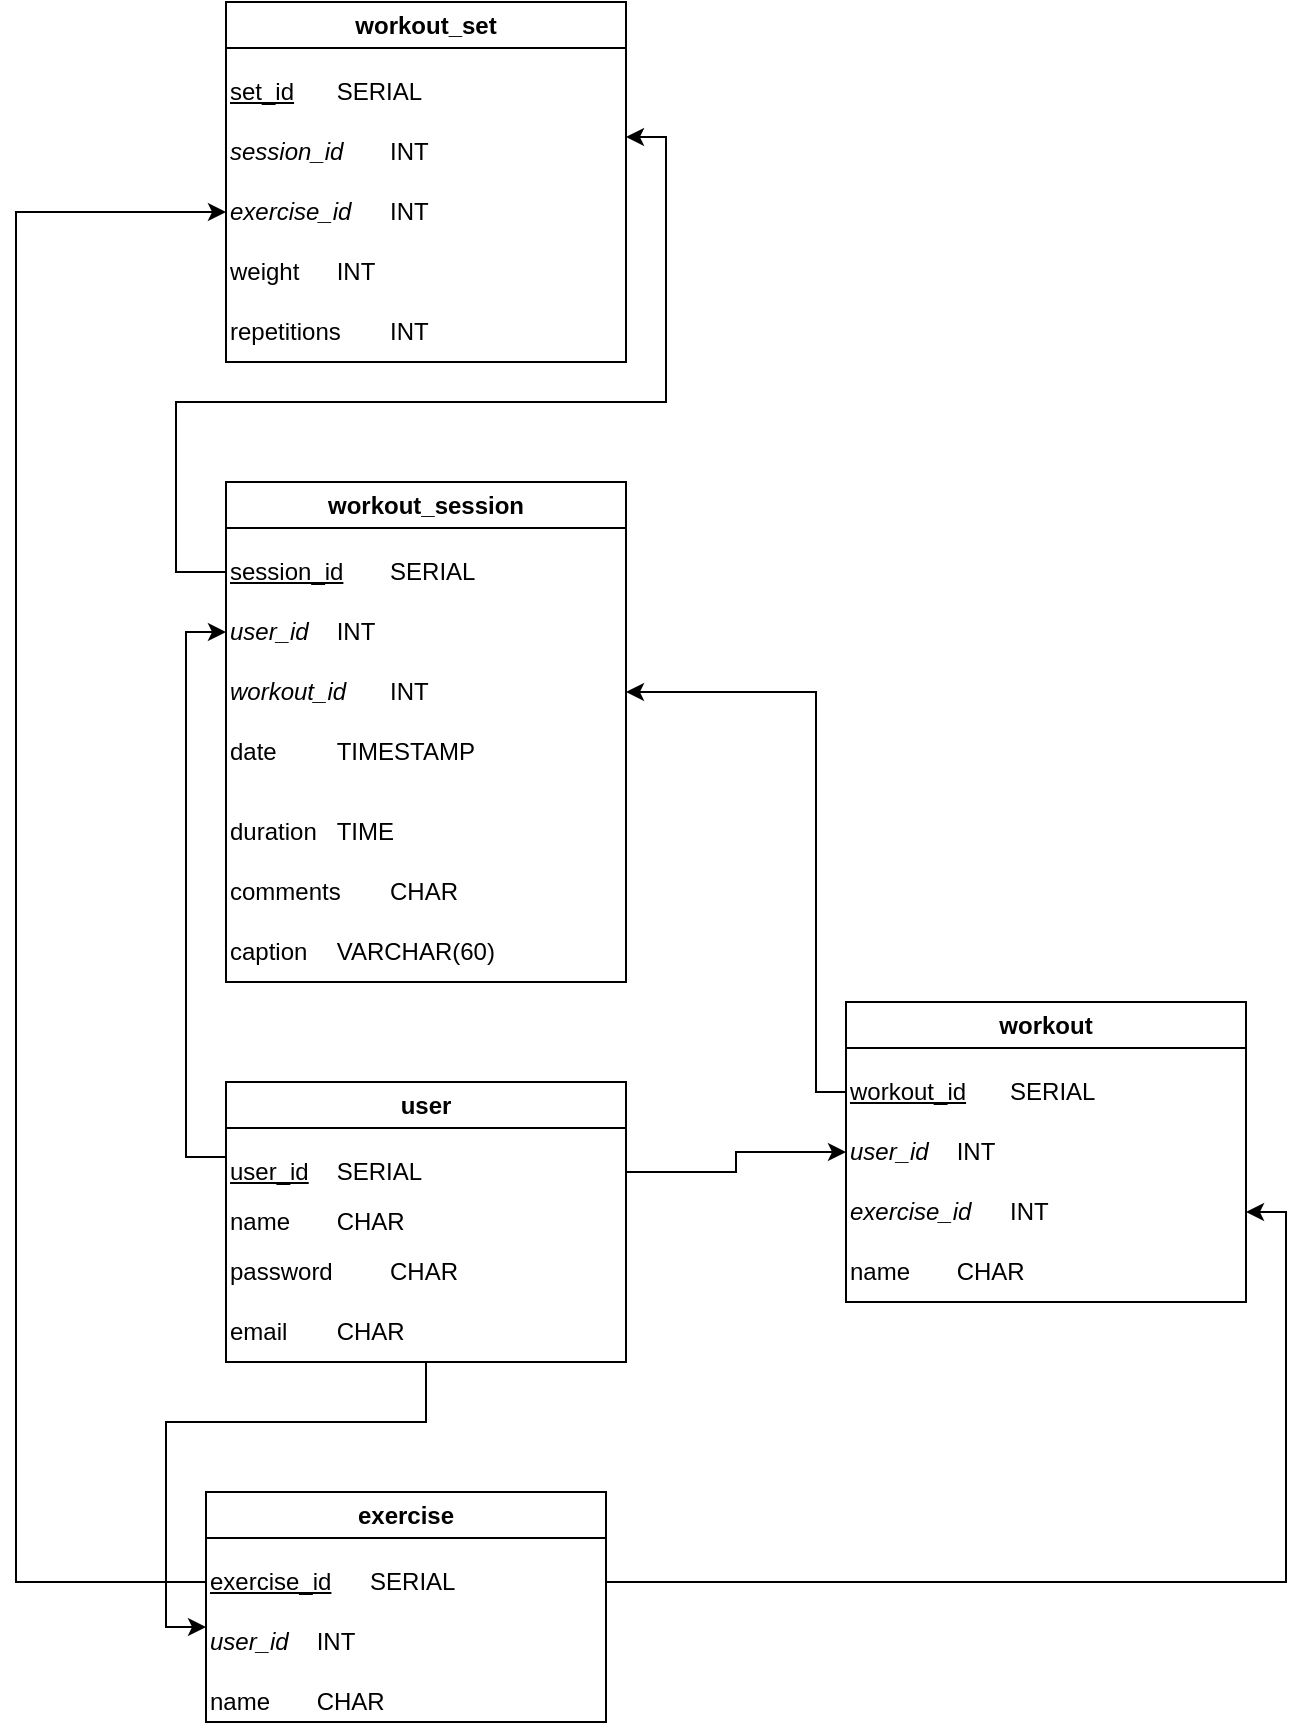
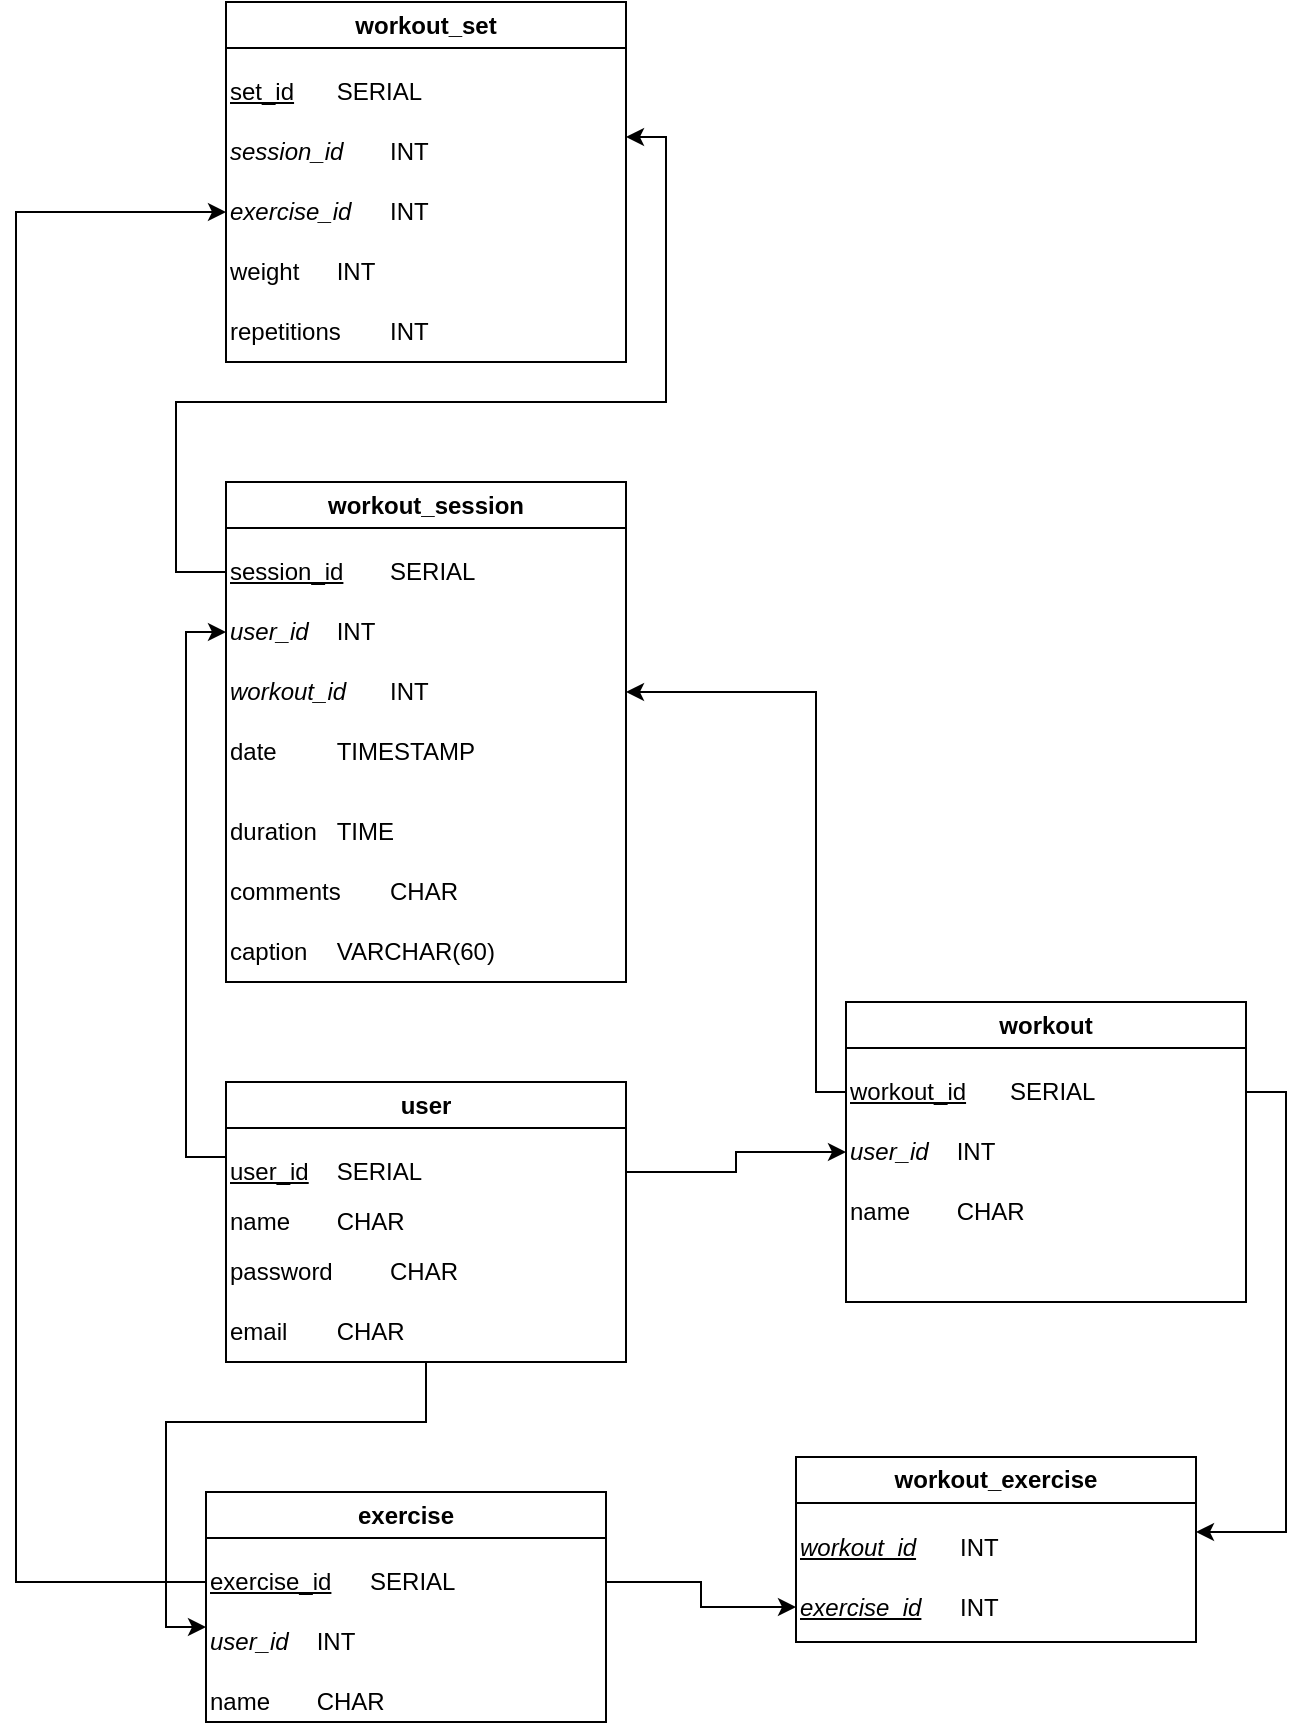
- <mxfile host="app.diagrams.net" agent="Mozilla/5.0 (Windows NT 10.0; Win64; x64) AppleWebKit/537.36 (KHTML, like Gecko) Chrome/144.0.0.0 Safari/537.36" version="29.3.8">
+ <mxfile host="app.diagrams.net" agent="Mozilla/5.0 (Windows NT 10.0; Win64; x64) AppleWebKit/537.36 (KHTML, like Gecko) Chrome/145.0.0.0 Safari/537.36" version="29.5.1">
  <diagram name="Page-1" id="LrtRzGCjUG43kJ94216D">
-     <mxGraphModel dx="1213" dy="1723" grid="1" gridSize="10" guides="1" tooltips="1" connect="1" arrows="1" fold="1" page="1" pageScale="1" pageWidth="850" pageHeight="1100" math="0" shadow="0">
+     <mxGraphModel dx="1277" dy="1756" grid="1" gridSize="10" guides="1" tooltips="1" connect="1" arrows="1" fold="1" page="1" pageScale="1" pageWidth="850" pageHeight="1100" math="0" shadow="0">
      <root>
        <mxCell id="0" />
        <mxCell id="1" parent="0" />
        <mxCell id="1XBpsCYcSQttsBUYuoMY-46" edge="1" parent="1" source="1XBpsCYcSQttsBUYuoMY-11" style="edgeStyle=orthogonalEdgeStyle;rounded=0;orthogonalLoop=1;jettySize=auto;html=1;entryX=0;entryY=0.5;entryDx=0;entryDy=0;exitX=1;exitY=0.5;exitDx=0;exitDy=0;" target="1XBpsCYcSQttsBUYuoMY-26">
          <mxGeometry relative="1" as="geometry" />
        </mxCell>
        <mxCell id="1XBpsCYcSQttsBUYuoMY-50" edge="1" parent="1" source="1XBpsCYcSQttsBUYuoMY-11" style="edgeStyle=orthogonalEdgeStyle;rounded=0;orthogonalLoop=1;jettySize=auto;html=1;entryX=0;entryY=0.5;entryDx=0;entryDy=0;exitX=0;exitY=0.25;exitDx=0;exitDy=0;" target="qXQxGqQh2dW2IxFSwLWZ-1">
          <mxGeometry relative="1" as="geometry" />
        </mxCell>
        <mxCell id="1XBpsCYcSQttsBUYuoMY-10" parent="1" style="swimlane;whiteSpace=wrap;html=1;" value="user" vertex="1">
          <mxGeometry height="140" width="200" x="175" y="310" as="geometry" />
        </mxCell>
        <mxCell id="1XBpsCYcSQttsBUYuoMY-11" parent="1XBpsCYcSQttsBUYuoMY-10" style="text;html=1;whiteSpace=wrap;strokeColor=none;fillColor=none;align=left;verticalAlign=middle;rounded=0;fontStyle=0" value="&lt;u&gt;user_id&lt;/u&gt;&lt;span style=&quot;text-decoration-line: underline; white-space: pre;&quot;&gt;&#x9;&lt;/span&gt;SERIAL" vertex="1">
          <mxGeometry height="30" width="200" y="30" as="geometry" />
        </mxCell>
        <mxCell id="1XBpsCYcSQttsBUYuoMY-13" parent="1XBpsCYcSQttsBUYuoMY-10" style="text;html=1;whiteSpace=wrap;strokeColor=none;fillColor=none;align=left;verticalAlign=middle;rounded=0;fontStyle=0" value="name&lt;span style=&quot;white-space: pre;&quot;&gt;&#x9;&lt;/span&gt;CHAR" vertex="1">
          <mxGeometry height="30" width="200" y="55" as="geometry" />
        </mxCell>
        <mxCell id="1XBpsCYcSQttsBUYuoMY-14" parent="1XBpsCYcSQttsBUYuoMY-10" style="text;html=1;whiteSpace=wrap;strokeColor=none;fillColor=none;align=left;verticalAlign=middle;rounded=0;fontStyle=0" value="password&lt;span style=&quot;white-space: pre;&quot;&gt;&#x9;&lt;/span&gt;&lt;span style=&quot;white-space: pre;&quot;&gt;&#x9;&lt;/span&gt;CHAR" vertex="1">
          <mxGeometry height="30" width="200" y="80" as="geometry" />
        </mxCell>
        <mxCell id="1XBpsCYcSQttsBUYuoMY-15" parent="1XBpsCYcSQttsBUYuoMY-10" style="text;html=1;whiteSpace=wrap;strokeColor=none;fillColor=none;align=left;verticalAlign=middle;rounded=0;fontStyle=0" value="email&lt;span style=&quot;white-space: pre;&quot;&gt;&#x9;&lt;/span&gt;CHAR" vertex="1">
          <mxGeometry height="30" width="200" y="110" as="geometry" />
        </mxCell>
        <mxCell id="1XBpsCYcSQttsBUYuoMY-47" edge="1" parent="1" source="1XBpsCYcSQttsBUYuoMY-25" style="edgeStyle=orthogonalEdgeStyle;rounded=0;orthogonalLoop=1;jettySize=auto;html=1;exitX=0;exitY=0.5;exitDx=0;exitDy=0;entryX=1;entryY=0.5;entryDx=0;entryDy=0;" target="1XBpsCYcSQttsBUYuoMY-35">
          <mxGeometry relative="1" as="geometry">
            <Array as="points">
              <mxPoint x="470" y="315" />
              <mxPoint x="470" y="115" />
            </Array>
            <mxPoint x="420" y="110" as="targetPoint" />
          </mxGeometry>
        </mxCell>
        <mxCell id="1XBpsCYcSQttsBUYuoMY-24" parent="1" style="swimlane;whiteSpace=wrap;html=1;" value="workout" vertex="1">
          <mxGeometry height="150" width="200" x="485" y="270" as="geometry" />
        </mxCell>
        <mxCell id="1XBpsCYcSQttsBUYuoMY-25" parent="1XBpsCYcSQttsBUYuoMY-24" style="text;html=1;whiteSpace=wrap;strokeColor=none;fillColor=none;align=left;verticalAlign=middle;rounded=0;fontStyle=0" value="&lt;u&gt;workout_id&lt;/u&gt;&lt;span style=&quot;white-space: pre;&quot;&gt;&#x9;&lt;/span&gt;SERIAL" vertex="1">
          <mxGeometry height="30" width="200" y="30" as="geometry" />
        </mxCell>
        <mxCell id="1XBpsCYcSQttsBUYuoMY-26" parent="1XBpsCYcSQttsBUYuoMY-24" style="text;html=1;whiteSpace=wrap;strokeColor=none;fillColor=none;align=left;verticalAlign=middle;rounded=0;fontStyle=0" value="&lt;i&gt;user_id&lt;/i&gt;&lt;span style=&quot;font-style: italic; white-space: pre;&quot;&gt;&#x9;&lt;/span&gt;INT" vertex="1">
          <mxGeometry height="30" width="200" y="60" as="geometry" />
        </mxCell>
-         <mxCell id="1XBpsCYcSQttsBUYuoMY-27" parent="1XBpsCYcSQttsBUYuoMY-24" style="text;html=1;whiteSpace=wrap;strokeColor=none;fillColor=none;align=left;verticalAlign=middle;rounded=0;fontStyle=0" value="&lt;i&gt;exercise_id&amp;nbsp;&lt;/i&gt;&lt;span style=&quot;font-style: italic; white-space: pre;&quot;&gt;&#x9;&lt;/span&gt;INT" vertex="1">
+         <mxCell id="1XBpsCYcSQttsBUYuoMY-28" parent="1XBpsCYcSQttsBUYuoMY-24" style="text;html=1;whiteSpace=wrap;strokeColor=none;fillColor=none;align=left;verticalAlign=middle;rounded=0;fontStyle=0" value="name&lt;span style=&quot;white-space: pre;&quot;&gt;&#x9;&lt;/span&gt;CHAR" vertex="1">
          <mxGeometry height="30" width="200" y="90" as="geometry" />
-         </mxCell>
-         <mxCell id="1XBpsCYcSQttsBUYuoMY-28" parent="1XBpsCYcSQttsBUYuoMY-24" style="text;html=1;whiteSpace=wrap;strokeColor=none;fillColor=none;align=left;verticalAlign=middle;rounded=0;fontStyle=0" value="name&lt;span style=&quot;white-space: pre;&quot;&gt;&#x9;&lt;/span&gt;CHAR" vertex="1">
-           <mxGeometry height="30" width="200" y="120" as="geometry" />
        </mxCell>
        <mxCell id="1XBpsCYcSQttsBUYuoMY-29" parent="1" style="swimlane;whiteSpace=wrap;html=1;" value="exercise" vertex="1">
          <mxGeometry height="115" width="200" x="165" y="515" as="geometry" />
        </mxCell>
        <mxCell id="1XBpsCYcSQttsBUYuoMY-30" parent="1XBpsCYcSQttsBUYuoMY-29" style="text;html=1;whiteSpace=wrap;strokeColor=none;fillColor=none;align=left;verticalAlign=middle;rounded=0;fontStyle=0" value="&lt;span&gt;&lt;u&gt;exercise_id&lt;/u&gt;&lt;span style=&quot;white-space: pre;&quot;&gt;&#x9;&lt;/span&gt;SERIAL&lt;/span&gt;" vertex="1">
          <mxGeometry height="30" width="200" y="30" as="geometry" />
        </mxCell>
        <mxCell id="1XBpsCYcSQttsBUYuoMY-31" parent="1XBpsCYcSQttsBUYuoMY-29" style="text;html=1;whiteSpace=wrap;strokeColor=none;fillColor=none;align=left;verticalAlign=middle;rounded=0;fontStyle=0" value="&lt;i&gt;user_id&lt;/i&gt;&lt;span style=&quot;font-style: italic; white-space: pre;&quot;&gt;&#x9;&lt;/span&gt;INT" vertex="1">
          <mxGeometry height="30" width="200" y="60" as="geometry" />
        </mxCell>
        <mxCell id="1XBpsCYcSQttsBUYuoMY-32" parent="1XBpsCYcSQttsBUYuoMY-29" style="text;html=1;whiteSpace=wrap;strokeColor=none;fillColor=none;align=left;verticalAlign=middle;rounded=0;fontStyle=0" value="name&lt;span style=&quot;white-space: pre;&quot;&gt;&#x9;&lt;/span&gt;CHAR" vertex="1">
          <mxGeometry height="30" width="200" y="90" as="geometry" />
        </mxCell>
        <mxCell id="1XBpsCYcSQttsBUYuoMY-51" edge="1" parent="1" source="1XBpsCYcSQttsBUYuoMY-34" style="edgeStyle=orthogonalEdgeStyle;rounded=0;orthogonalLoop=1;jettySize=auto;html=1;exitX=0;exitY=0.5;exitDx=0;exitDy=0;entryX=1;entryY=0.25;entryDx=0;entryDy=0;" target="1XBpsCYcSQttsBUYuoMY-42">
          <mxGeometry relative="1" as="geometry">
            <Array as="points">
              <mxPoint x="150" y="55" />
              <mxPoint x="150" y="-30" />
              <mxPoint x="395" y="-30" />
              <mxPoint x="395" y="-162" />
            </Array>
          </mxGeometry>
        </mxCell>
        <mxCell id="1XBpsCYcSQttsBUYuoMY-33" parent="1" style="swimlane;whiteSpace=wrap;html=1;" value="workout_session" vertex="1">
          <mxGeometry height="250" width="200" x="175" y="10" as="geometry" />
        </mxCell>
        <mxCell id="1XBpsCYcSQttsBUYuoMY-34" parent="1XBpsCYcSQttsBUYuoMY-33" style="text;html=1;whiteSpace=wrap;strokeColor=none;fillColor=none;align=left;verticalAlign=middle;rounded=0;fontStyle=0" value="&lt;u&gt;session_id&lt;/u&gt;&lt;span style=&quot;text-decoration-line: underline; white-space: pre;&quot;&gt;&#x9;&lt;/span&gt;SERIAL" vertex="1">
          <mxGeometry height="30" width="200" y="30" as="geometry" />
        </mxCell>
        <mxCell id="1XBpsCYcSQttsBUYuoMY-35" parent="1XBpsCYcSQttsBUYuoMY-33" style="text;html=1;whiteSpace=wrap;strokeColor=none;fillColor=none;align=left;verticalAlign=middle;rounded=0;fontStyle=0" value="&lt;i&gt;workout_id&lt;/i&gt;&lt;span style=&quot;font-style: italic; white-space: pre;&quot;&gt;&#x9;&lt;/span&gt;INT" vertex="1">
          <mxGeometry height="30" width="200" y="90" as="geometry" />
        </mxCell>
        <mxCell id="1XBpsCYcSQttsBUYuoMY-36" parent="1XBpsCYcSQttsBUYuoMY-33" style="text;html=1;whiteSpace=wrap;strokeColor=none;fillColor=none;align=left;verticalAlign=middle;rounded=0;fontStyle=0" value="date&lt;span style=&quot;white-space: pre;&quot;&gt;&#x9;&lt;/span&gt;&lt;span style=&quot;white-space: pre;&quot;&gt;&#x9;&lt;/span&gt;TIMESTAMP" vertex="1">
          <mxGeometry height="30" width="200" y="120" as="geometry" />
        </mxCell>
        <mxCell id="1XBpsCYcSQttsBUYuoMY-37" parent="1XBpsCYcSQttsBUYuoMY-33" style="text;html=1;whiteSpace=wrap;strokeColor=none;fillColor=none;align=left;verticalAlign=middle;rounded=0;fontStyle=0" value="duration&lt;span style=&quot;white-space: pre;&quot;&gt;&#x9;&lt;/span&gt;TIME" vertex="1">
          <mxGeometry height="30" width="200" y="160" as="geometry" />
        </mxCell>
        <mxCell id="1XBpsCYcSQttsBUYuoMY-38" parent="1XBpsCYcSQttsBUYuoMY-33" style="text;html=1;whiteSpace=wrap;strokeColor=none;fillColor=none;align=left;verticalAlign=middle;rounded=0;fontStyle=0" value="comments&lt;span style=&quot;white-space: pre;&quot;&gt;&#x9;&lt;/span&gt;CHAR" vertex="1">
          <mxGeometry height="30" width="200" y="190" as="geometry" />
        </mxCell>
        <mxCell id="1XBpsCYcSQttsBUYuoMY-39" parent="1XBpsCYcSQttsBUYuoMY-33" style="text;html=1;whiteSpace=wrap;strokeColor=none;fillColor=none;align=left;verticalAlign=middle;rounded=0;fontStyle=0" value="caption&lt;span style=&quot;white-space: pre;&quot;&gt;&#x9;&lt;/span&gt;VARCHAR(60)" vertex="1">
          <mxGeometry height="30" width="200" y="220" as="geometry" />
        </mxCell>
        <mxCell id="qXQxGqQh2dW2IxFSwLWZ-1" parent="1XBpsCYcSQttsBUYuoMY-33" style="text;html=1;whiteSpace=wrap;strokeColor=none;fillColor=none;align=left;verticalAlign=middle;rounded=0;fontStyle=0" value="&lt;i&gt;user_id&lt;span style=&quot;white-space: pre;&quot;&gt;&#x9;&lt;/span&gt;&lt;/i&gt;INT" vertex="1">
          <mxGeometry height="30" width="200" y="60" as="geometry" />
        </mxCell>
        <mxCell id="1XBpsCYcSQttsBUYuoMY-40" parent="1" style="swimlane;whiteSpace=wrap;html=1;" value="workout_set" vertex="1">
          <mxGeometry height="180" width="200" x="175" y="-230" as="geometry" />
        </mxCell>
        <mxCell id="1XBpsCYcSQttsBUYuoMY-41" parent="1XBpsCYcSQttsBUYuoMY-40" style="text;html=1;whiteSpace=wrap;strokeColor=none;fillColor=none;align=left;verticalAlign=middle;rounded=0;fontStyle=0" value="&lt;u&gt;set_id&lt;/u&gt;&lt;span style=&quot;white-space: pre;&quot;&gt;&#x9;&lt;/span&gt;SERIAL" vertex="1">
          <mxGeometry height="30" width="200" y="30" as="geometry" />
        </mxCell>
        <mxCell id="1XBpsCYcSQttsBUYuoMY-42" parent="1XBpsCYcSQttsBUYuoMY-40" style="text;html=1;whiteSpace=wrap;strokeColor=none;fillColor=none;align=left;verticalAlign=middle;rounded=0;fontStyle=0" value="&lt;i&gt;session_id&lt;/i&gt;&lt;span style=&quot;font-style: italic; white-space: pre;&quot;&gt;&#x9;&lt;/span&gt;INT" vertex="1">
          <mxGeometry height="30" width="200" y="60" as="geometry" />
        </mxCell>
        <mxCell id="1XBpsCYcSQttsBUYuoMY-43" parent="1XBpsCYcSQttsBUYuoMY-40" style="text;html=1;whiteSpace=wrap;strokeColor=none;fillColor=none;align=left;verticalAlign=middle;rounded=0;fontStyle=0" value="repetitions&lt;span style=&quot;white-space: pre;&quot;&gt;&#x9;&lt;/span&gt;INT" vertex="1">
          <mxGeometry height="30" width="200" y="150" as="geometry" />
        </mxCell>
        <mxCell id="1XBpsCYcSQttsBUYuoMY-44" parent="1XBpsCYcSQttsBUYuoMY-40" style="text;html=1;whiteSpace=wrap;strokeColor=none;fillColor=none;align=left;verticalAlign=middle;rounded=0;fontStyle=0" value="weight&lt;span style=&quot;white-space: pre;&quot;&gt;&#x9;&lt;/span&gt;INT" vertex="1">
          <mxGeometry height="30" width="200" y="120" as="geometry" />
        </mxCell>
        <mxCell id="1XBpsCYcSQttsBUYuoMY-45" parent="1XBpsCYcSQttsBUYuoMY-40" style="text;html=1;whiteSpace=wrap;strokeColor=none;fillColor=none;align=left;verticalAlign=middle;rounded=0;fontStyle=0" value="&lt;i&gt;exercise_id&lt;/i&gt;&lt;span style=&quot;font-style: italic; white-space: pre;&quot;&gt;&#x9;&lt;/span&gt;INT" vertex="1">
          <mxGeometry height="30" width="200" y="90" as="geometry" />
        </mxCell>
        <mxCell id="1XBpsCYcSQttsBUYuoMY-48" edge="1" parent="1" source="1XBpsCYcSQttsBUYuoMY-15" style="edgeStyle=orthogonalEdgeStyle;rounded=0;orthogonalLoop=1;jettySize=auto;html=1;exitX=0.5;exitY=1;exitDx=0;exitDy=0;entryX=0;entryY=0.25;entryDx=0;entryDy=0;" target="1XBpsCYcSQttsBUYuoMY-31">
          <mxGeometry relative="1" as="geometry">
            <Array as="points">
              <mxPoint x="275" y="480" />
              <mxPoint x="145" y="480" />
              <mxPoint x="145" y="583" />
            </Array>
          </mxGeometry>
        </mxCell>
        <mxCell id="1XBpsCYcSQttsBUYuoMY-49" edge="1" parent="1" source="1XBpsCYcSQttsBUYuoMY-30" style="edgeStyle=orthogonalEdgeStyle;rounded=0;orthogonalLoop=1;jettySize=auto;html=1;entryX=0;entryY=0.5;entryDx=0;entryDy=0;exitX=0;exitY=0.5;exitDx=0;exitDy=0;" target="1XBpsCYcSQttsBUYuoMY-45">
          <mxGeometry relative="1" as="geometry">
            <Array as="points">
              <mxPoint x="70" y="560" />
              <mxPoint x="70" y="-125" />
            </Array>
          </mxGeometry>
        </mxCell>
-         <mxCell id="1XBpsCYcSQttsBUYuoMY-52" edge="1" parent="1" source="1XBpsCYcSQttsBUYuoMY-30" style="edgeStyle=orthogonalEdgeStyle;rounded=0;orthogonalLoop=1;jettySize=auto;html=1;entryX=1;entryY=0.5;entryDx=0;entryDy=0;exitX=1;exitY=0.5;exitDx=0;exitDy=0;" target="1XBpsCYcSQttsBUYuoMY-27">
+         <mxCell id="1XBpsCYcSQttsBUYuoMY-52" edge="1" parent="1" source="1XBpsCYcSQttsBUYuoMY-30" style="edgeStyle=orthogonalEdgeStyle;rounded=0;orthogonalLoop=1;jettySize=auto;html=1;exitX=1;exitY=0.5;exitDx=0;exitDy=0;entryX=0;entryY=0.5;entryDx=0;entryDy=0;" target="SAtm7BHUggtI7TCjWXpR-3">
+           <mxGeometry relative="1" as="geometry">
+             <mxPoint x="440" y="530" as="targetPoint" />
+           </mxGeometry>
+         </mxCell>
+         <mxCell id="SAtm7BHUggtI7TCjWXpR-1" parent="1" style="swimlane;whiteSpace=wrap;html=1;" value="workout_exercise" vertex="1">
+           <mxGeometry height="92.5" width="200" x="460" y="497.5" as="geometry" />
+         </mxCell>
+         <mxCell id="SAtm7BHUggtI7TCjWXpR-2" parent="SAtm7BHUggtI7TCjWXpR-1" style="text;html=1;whiteSpace=wrap;strokeColor=none;fillColor=none;align=left;verticalAlign=middle;rounded=0;fontStyle=0" value="&lt;u&gt;&lt;i&gt;workout_id&lt;/i&gt;&lt;/u&gt;&lt;span style=&quot;white-space: pre;&quot;&gt;&#x9;&lt;/span&gt;INT" vertex="1">
+           <mxGeometry height="30" width="200" y="30" as="geometry" />
+         </mxCell>
+         <mxCell id="SAtm7BHUggtI7TCjWXpR-3" parent="SAtm7BHUggtI7TCjWXpR-1" style="text;html=1;whiteSpace=wrap;strokeColor=none;fillColor=none;align=left;verticalAlign=middle;rounded=0;fontStyle=0" value="&lt;i&gt;&lt;u&gt;exercise_id&lt;/u&gt;&lt;/i&gt;&lt;span style=&quot;font-style: italic; white-space: pre;&quot;&gt;&#x9;&lt;/span&gt;INT" vertex="1">
+           <mxGeometry height="30" width="200" y="60" as="geometry" />
+         </mxCell>
+         <mxCell id="SAtm7BHUggtI7TCjWXpR-6" edge="1" parent="1" source="1XBpsCYcSQttsBUYuoMY-25" style="edgeStyle=orthogonalEdgeStyle;rounded=0;orthogonalLoop=1;jettySize=auto;html=1;exitX=1;exitY=0.5;exitDx=0;exitDy=0;entryX=1;entryY=0.25;entryDx=0;entryDy=0;" target="SAtm7BHUggtI7TCjWXpR-2">
          <mxGeometry relative="1" as="geometry" />
        </mxCell>
      </root>
    </mxGraphModel>
  </diagram>
</mxfile>
